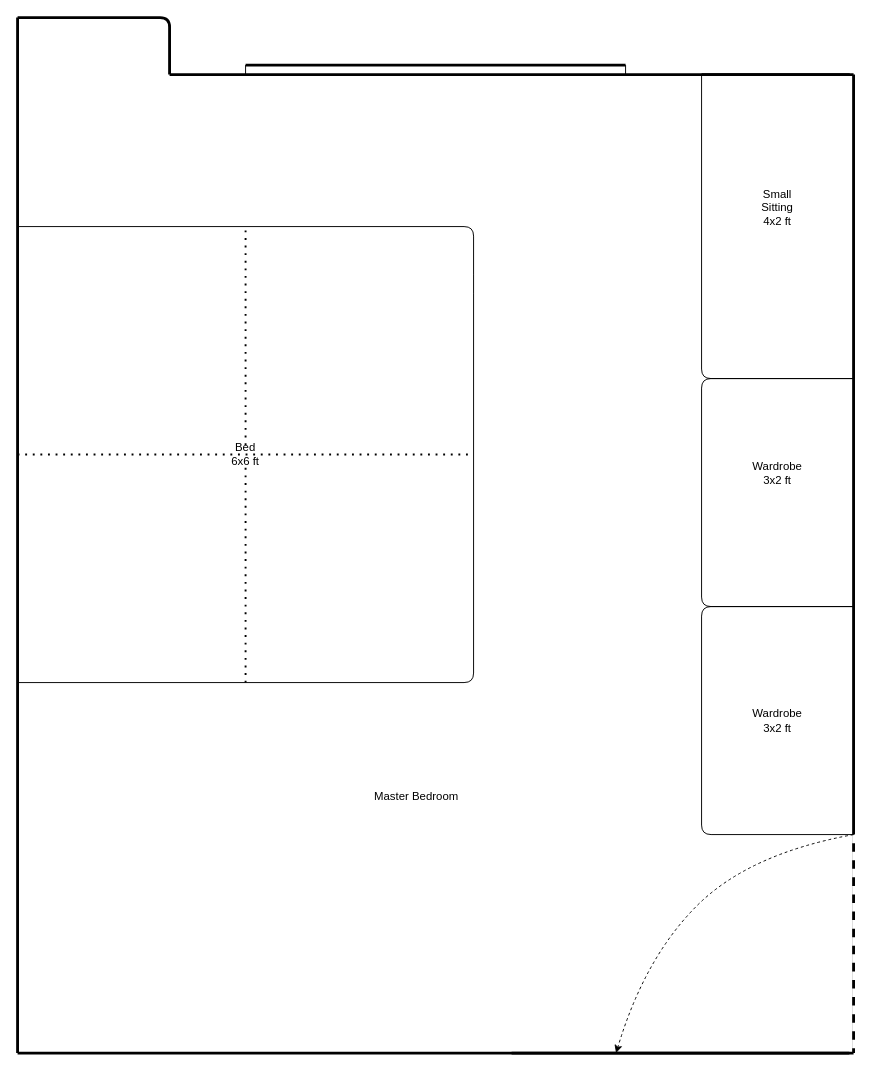
Above: page "Page-1" (1 of 2) of master_bedroom.drawio in SouravBehura/first (draw.io), before the change. Source tidied: cells renumbered, new cells numbered last; positions are measured from the earlier drawing's top-left corner, leaving out a move shared by most shapes. Both pictures are drawn from the tidied source at 95%, with x=0, y=0 at pixel (17, 17).
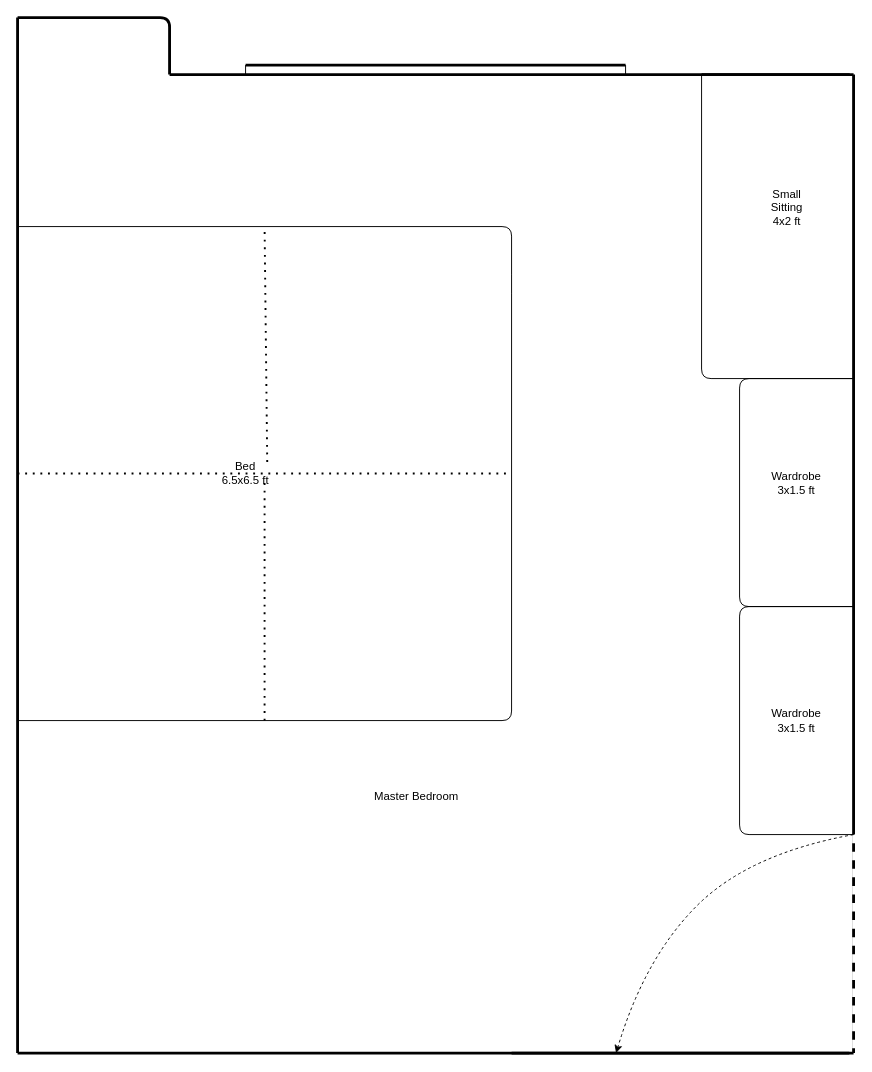
After the change.

What changed in the source:
```diff
@@
     <mxCell id="15" style="endArrow=none;html=1;strokeColor=#000000;strokeWidth=1;" parent="1" edge="1">
       <mxGeometry relative="1" as="geometry">
         <mxPoint x="880" y="380" as="sourcePoint" />
         <mxPoint x="880" y="620" as="targetPoint" />
         <Array as="points">
-          <mxPoint x="720" y="380" />
-          <mxPoint x="720" y="620" />
+          <mxPoint x="760" y="380" />
+          <mxPoint x="760" y="620" />
         </Array>
       </mxGeometry>
     </mxCell>
     <mxCell id="16" style="endArrow=none;html=1;strokeColor=#000000;strokeWidth=1;" parent="1" edge="1">
       <mxGeometry relative="1" as="geometry">
         <mxPoint x="880" y="620" as="sourcePoint" />
         <mxPoint x="880" y="860" as="targetPoint" />
         <Array as="points">
-          <mxPoint x="720" y="620" />
-          <mxPoint x="720" y="860" />
+          <mxPoint x="760" y="620" />
+          <mxPoint x="760" y="860" />
         </Array>
       </mxGeometry>
     </mxCell>
     <mxCell id="17" style="endArrow=none;html=1;strokeColor=#000000;strokeWidth=1;" parent="1" edge="1">
       <mxGeometry relative="1" as="geometry">
         <mxPoint y="220" as="sourcePoint" />
-        <mxPoint y="700" as="targetPoint" />
+        <mxPoint y="740" as="targetPoint" />
         <Array as="points">
-          <mxPoint x="480" y="220" />
-          <mxPoint x="480" y="280" />
-          <mxPoint x="480" y="700" />
+          <mxPoint x="520" y="220" />
+          <mxPoint x="520" y="280" />
+          <mxPoint x="520" y="740" />
         </Array>
       </mxGeometry>
     </mxCell>
-    <mxCell id="18" style="endArrow=none;dashed=1;html=1;dashPattern=1 3;strokeWidth=2;" parent="1" edge="1" source="24">
+    <mxCell id="18" style="endArrow=none;dashed=1;html=1;dashPattern=1 3;strokeWidth=2;exitX=0.88;exitY=-0.11;exitDx=0;exitDy=0;exitPerimeter=0;" parent="1" edge="1" source="27">
       <mxGeometry relative="1" as="geometry">
-        <mxPoint x="240" y="220" as="targetPoint" />
+        <mxPoint x="260" y="220" as="targetPoint" />
       </mxGeometry>
     </mxCell>
     <mxCell id="19" style="endArrow=none;dashed=1;html=1;dashPattern=1 3;strokeWidth=2;" parent="1" edge="1">
       <mxGeometry relative="1" as="geometry">
-        <mxPoint y="460" as="sourcePoint" />
-        <mxPoint x="480" y="460" as="targetPoint" />
+        <mxPoint y="480" as="sourcePoint" />
+        <mxPoint x="520" y="480" as="targetPoint" />
       </mxGeometry>
     </mxCell>
@@
     <mxCell id="21" value="Small Sitting&lt;br&gt;4x2 ft" style="text;html=1;strokeColor=none;fillColor=none;align=center;verticalAlign=middle;whiteSpace=wrap;rounded=0;" parent="1" vertex="1">
-      <mxGeometry x="780" y="190" width="40" height="20" as="geometry" />
+      <mxGeometry x="780" y="190" width="60" height="20" as="geometry" />
     </mxCell>
-    <mxCell id="22" value="Wardrobe&lt;br&gt;3x2 ft" style="text;html=1;strokeColor=none;fillColor=none;align=center;verticalAlign=middle;whiteSpace=wrap;rounded=0;" parent="1" vertex="1">
-      <mxGeometry x="780" y="470" width="40" height="20" as="geometry" />
+    <mxCell id="22" value="Wardrobe&lt;br&gt;3x1.5 ft" style="text;html=1;strokeColor=none;fillColor=none;align=center;verticalAlign=middle;whiteSpace=wrap;rounded=0;" parent="1" vertex="1">
+      <mxGeometry x="790" y="480" width="60" height="20" as="geometry" />
     </mxCell>
-    <mxCell id="23" value="Wardrobe&lt;br&gt;3x2 ft" style="text;html=1;strokeColor=none;fillColor=none;align=center;verticalAlign=middle;whiteSpace=wrap;rounded=0;" parent="1" vertex="1">
-      <mxGeometry x="780" y="730" width="40" height="20" as="geometry" />
-    </mxCell>
-    <mxCell id="24" value="Bed&lt;br&gt;6x6 ft" style="text;html=1;strokeColor=none;fillColor=none;align=center;verticalAlign=middle;whiteSpace=wrap;rounded=0;" parent="1" vertex="1">
-      <mxGeometry x="220" y="450" width="40" height="20" as="geometry" />
-    </mxCell>
-    <mxCell id="25" style="endArrow=none;dashed=1;html=1;dashPattern=1 3;strokeWidth=2;" parent="1" edge="1" target="24">
+    <mxCell id="25" style="endArrow=none;dashed=1;html=1;dashPattern=1 3;strokeWidth=2;" parent="1" edge="1" source="27">
       <mxGeometry relative="1" as="geometry">
-        <mxPoint x="240" y="700" as="sourcePoint" />
+        <mxPoint x="240" y="470" as="targetPoint" />
       </mxGeometry>
     </mxCell>
+    <mxCell id="26" value="Wardrobe&lt;br&gt;3x1.5 ft" style="text;html=1;strokeColor=none;fillColor=none;align=center;verticalAlign=middle;whiteSpace=wrap;rounded=0;" parent="1" vertex="1">
+      <mxGeometry x="790" y="730" width="60" height="20" as="geometry" />
+    </mxCell>
+    <mxCell id="27" value="Bed&lt;br&gt;6.5x6.5 ft" style="text;html=1;strokeColor=none;fillColor=none;align=center;verticalAlign=middle;whiteSpace=wrap;rounded=0;" parent="1" vertex="1">
+      <mxGeometry x="210" y="470" width="60" height="20" as="geometry" />
+    </mxCell>
+    <mxCell id="28" style="endArrow=none;dashed=1;html=1;dashPattern=1 3;strokeWidth=2;" parent="1" edge="1">
+      <mxGeometry relative="1" as="geometry">
+        <mxPoint x="260" y="740" as="sourcePoint" />
+        <mxPoint x="260" y="490" as="targetPoint" />
+      </mxGeometry>
+    </mxCell>
```
